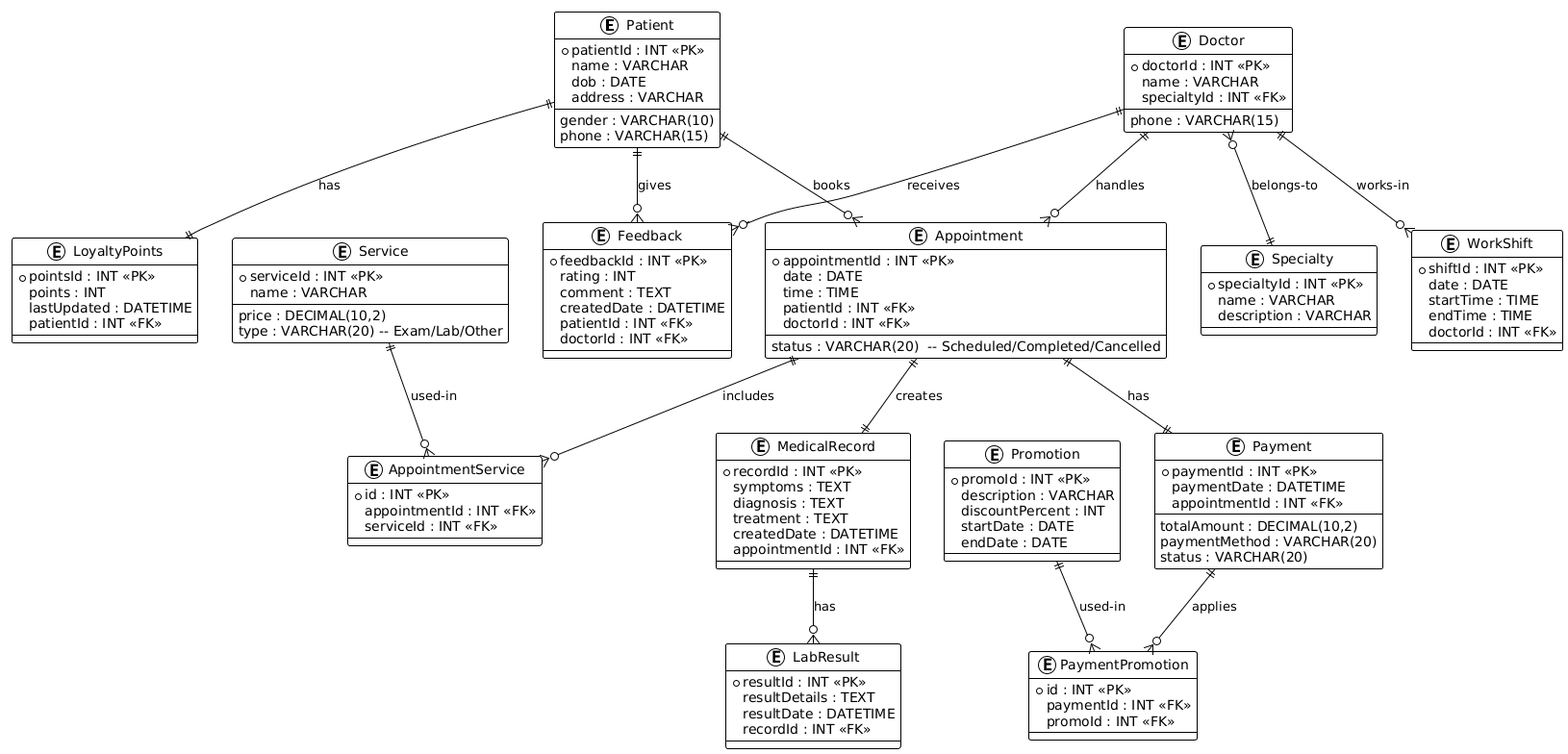
dohoangthanh/DatLichPhongKham keeps this PlantUML diagram as SystemDesign/ERD/plantuml.png. Above is the earlier version.
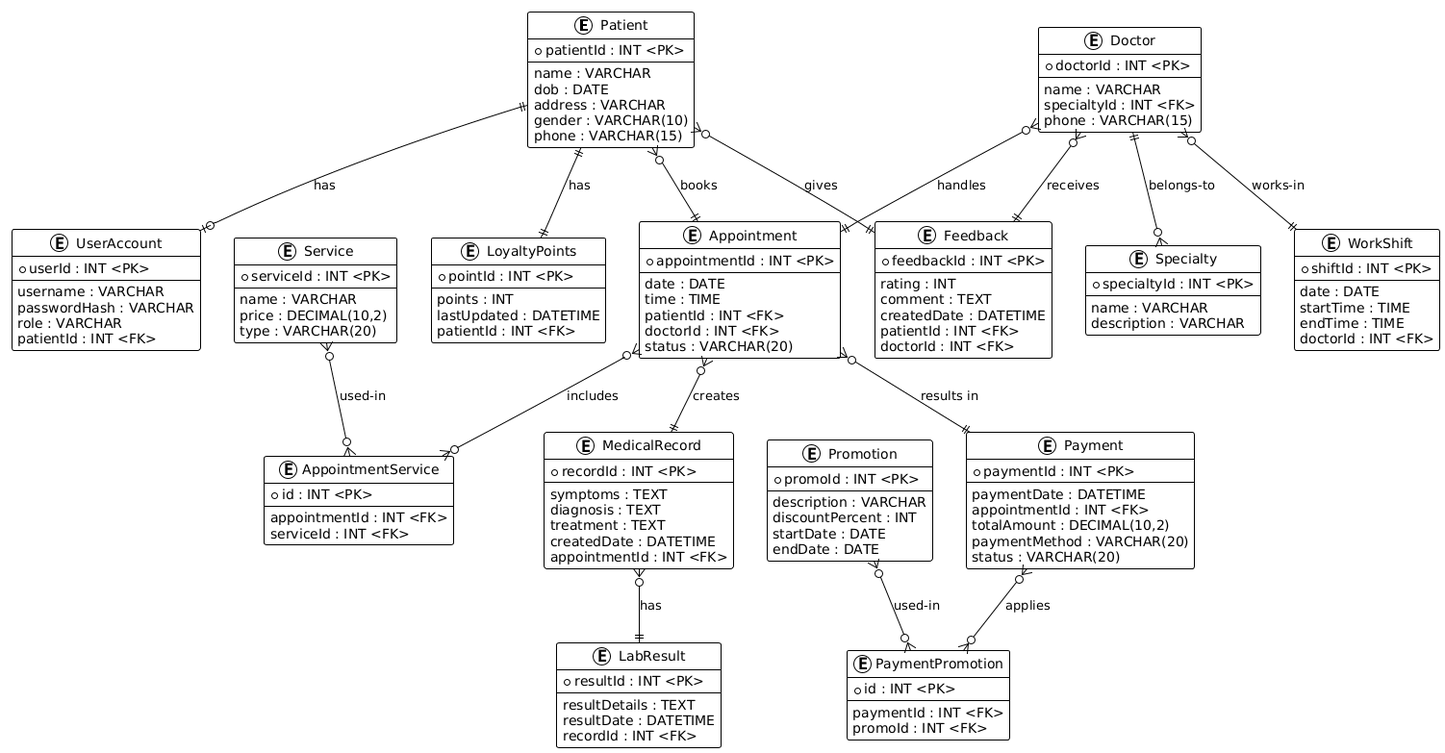
Later version of the same file.

Change to the diagram source:
```diff
@@ -1,101 +1,122 @@
 @startuml
 !theme plain
 
+skinparam entity {
+    backgroundColor #EEEEEE
+    borderColor #333333
+    arrowColor #333333
+}
+
+
 entity Patient {
-  *patientId : INT <<PK>>
+  + patientId : INT <PK>
+  --
   name : VARCHAR
   dob : DATE
+  address : VARCHAR
   gender : VARCHAR(10)
   phone : VARCHAR(15)
-  address : VARCHAR
 }
 
-entity LoyaltyPoints {
-  *pointsId : INT <<PK>>
-  points : INT
-  lastUpdated : DATETIME
-  patientId : INT <<FK>>
-}
-
-entity Feedback {
-  *feedbackId : INT <<PK>>
-  rating : INT
-  comment : TEXT
-  createdDate : DATETIME
-  patientId : INT <<FK>>
-  doctorId : INT <<FK>>
+entity UserAccount {
+  + userId : INT <PK>
+  --
+  username : VARCHAR
+  passwordHash : VARCHAR
+  role : VARCHAR
+  patientId : INT <FK>
 }
 
 entity Doctor {
-  *doctorId : INT <<PK>>
+  + doctorId : INT <PK>
+  --
   name : VARCHAR
-  specialtyId : INT <<FK>>
+  specialtyId : INT <FK>
   phone : VARCHAR(15)
 }
 
 entity Specialty {
-  *specialtyId : INT <<PK>>
+  + specialtyId : INT <PK>
+  --
   name : VARCHAR
   description : VARCHAR
 }
 
 entity WorkShift {
-  *shiftId : INT <<PK>>
+  + shiftId : INT <PK>
+  --
   date : DATE
   startTime : TIME
   endTime : TIME
-  doctorId : INT <<FK>>
+  doctorId : INT <FK>
 }
 
 entity Appointment {
-  *appointmentId : INT <<PK>>
+  + appointmentId : INT <PK>
+  --
   date : DATE
   time : TIME
-  status : VARCHAR(20)  -- Scheduled/Completed/Cancelled
-  patientId : INT <<FK>>
-  doctorId : INT <<FK>>
+  patientId : INT <FK>
+  doctorId : INT <FK>
+  status : VARCHAR(20)
+}
+
+entity Feedback {
+  + feedbackId : INT <PK>
+  --
+  rating : INT
+  comment : TEXT
+  createdDate : DATETIME
+  patientId : INT <FK>
+  doctorId : INT <FK>
 }
 
 entity Service {
-  *serviceId : INT <<PK>>
+  + serviceId : INT <PK>
+  --
   name : VARCHAR
   price : DECIMAL(10,2)
-  type : VARCHAR(20) -- Exam/Lab/Other
+  type : VARCHAR(20)
 }
 
 entity AppointmentService {
-  *id : INT <<PK>>
-  appointmentId : INT <<FK>>
-  serviceId : INT <<FK>>
+  + id : INT <PK>
+  --
+  appointmentId : INT <FK>
+  serviceId : INT <FK>
 }
 
 entity MedicalRecord {
-  *recordId : INT <<PK>>
+  + recordId : INT <PK>
+  --
   symptoms : TEXT
   diagnosis : TEXT
   treatment : TEXT
   createdDate : DATETIME
-  appointmentId : INT <<FK>>
+  appointmentId : INT <FK>
 }
 
 entity LabResult {
-  *resultId : INT <<PK>>
+  + resultId : INT <PK>
+  --
   resultDetails : TEXT
   resultDate : DATETIME
-  recordId : INT <<FK>>
+  recordId : INT <FK>
 }
 
 entity Payment {
-  *paymentId : INT <<PK>>
+  + paymentId : INT <PK>
+  --
+  paymentDate : DATETIME
+  appointmentId : INT <FK>
   totalAmount : DECIMAL(10,2)
   paymentMethod : VARCHAR(20)
   status : VARCHAR(20)
-  paymentDate : DATETIME
-  appointmentId : INT <<FK>>
 }
 
 entity Promotion {
-  *promoId : INT <<PK>>
+  + promoId : INT <PK>
+  --
   description : VARCHAR
   discountPercent : INT
   startDate : DATE
@@ -103,28 +124,41 @@
 }
 
 entity PaymentPromotion {
-  *id : INT <<PK>>
-  paymentId : INT <<FK>>
-  promoId : INT <<FK>>
+  + id : INT <PK>
+  --
+  paymentId : INT <FK>
+  promoId : INT <FK>
+}
+
+entity LoyaltyPoints {
+  + pointId : INT <PK>
+  --
+  points : INT
+  lastUpdated : DATETIME
+  patientId : INT <FK>
 }
 
 
-Patient ||--o{ Appointment : books
-Patient ||--|| LoyaltyPoints : has
-Patient ||--o{ Feedback : gives
 
-Doctor ||--o{ Appointment : handles
-Doctor ||--o{ WorkShift : works-in
-Doctor ||--o{ Feedback : receives
-Doctor }o--|| Specialty : belongs-to
+Patient ||--o| UserAccount : "has"
 
-Appointment ||--|| MedicalRecord : creates
-Appointment ||--o{ AppointmentService : includes
-Service ||--o{ AppointmentService : used-in
+Patient ||--|| LoyaltyPoints : "has"
+Patient }o--|| Appointment : "books"
+Patient }o--|| Feedback : "gives"
 
-MedicalRecord ||--o{ LabResult : has
+Doctor }o--|| Appointment : "handles"
+Doctor }o--|| Feedback : "receives"
+Doctor }o--|| WorkShift : "works-in"
+Doctor ||--o{ Specialty : "belongs-to"
 
-Appointment ||--|| Payment : has
-Payment ||--o{ PaymentPromotion : applies
-Promotion ||--o{ PaymentPromotion : used-in
+Appointment }o--|| Payment : "results in"
+Appointment }o--|| MedicalRecord : "creates"
+Appointment }o--o{ AppointmentService : "includes"
+
+Service }o--o{ AppointmentService : "used-in"
+
+MedicalRecord }o--|| LabResult : "has"
+
+Payment }o--o{ PaymentPromotion : "applies"
+Promotion }o--o{ PaymentPromotion : "used-in"
 @enduml
```
